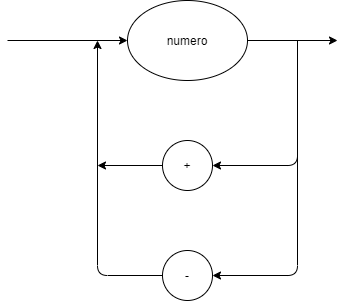
The draw.io diagram Diagrama+-.png in mikomoares/LogicaDaComputacaoRoteiros, before a commit. Source tidied: cells renumbered, new cells last; positions are measured from the earlier drawing's top-left corner, leaving out a move shared by most shapes.
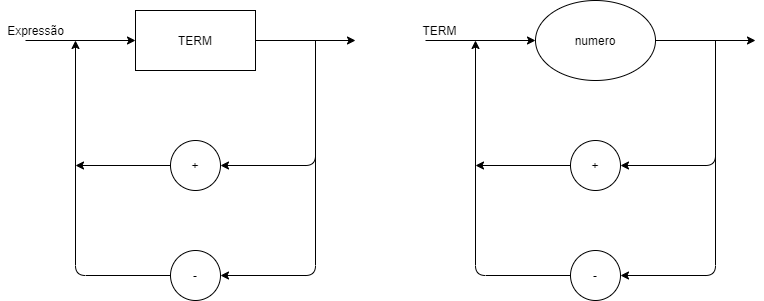
After the change.

The edit, as a diff of the source:
```diff
@@ -5,50 +5,106 @@
     <mxCell id="2" value="+" style="ellipse;whiteSpace=wrap;html=1;" parent="1" vertex="1">
       <mxGeometry x="155" y="140" width="50" height="50" as="geometry" />
     </mxCell>
-    <mxCell id="3" value="numero" style="ellipse;whiteSpace=wrap;html=1;" parent="1" vertex="1">
-      <mxGeometry x="120" width="120" height="80" as="geometry" />
-    </mxCell>
     <mxCell id="4" value="-" style="ellipse;whiteSpace=wrap;html=1;" parent="1" vertex="1">
       <mxGeometry x="155" y="250" width="50" height="50" as="geometry" />
     </mxCell>
     <mxCell id="5" style="endArrow=classic;html=1;exitX=0;exitY=0.5;exitDx=0;exitDy=0;" parent="1" edge="1" source="4">
       <mxGeometry relative="1" as="geometry">
-        <mxPoint x="90" y="40" as="targetPoint" />
+        <mxPoint x="60" y="40" as="targetPoint" />
         <Array as="points">
-          <mxPoint x="90" y="275" />
+          <mxPoint x="60" y="275" />
         </Array>
       </mxGeometry>
     </mxCell>
     <mxCell id="6" style="endArrow=classic;html=1;exitX=0;exitY=0.5;exitDx=0;exitDy=0;" parent="1" edge="1" source="2">
       <mxGeometry relative="1" as="geometry">
-        <mxPoint x="90" y="165" as="targetPoint" />
+        <mxPoint x="60" y="165" as="targetPoint" />
       </mxGeometry>
     </mxCell>
     <mxCell id="7" style="endArrow=classic;html=1;entryX=1;entryY=0.5;entryDx=0;entryDy=0;" parent="1" edge="1" target="4">
       <mxGeometry relative="1" as="geometry">
-        <mxPoint x="290" y="40" as="sourcePoint" />
+        <mxPoint x="300" y="40" as="sourcePoint" />
         <Array as="points">
-          <mxPoint x="290" y="275" />
+          <mxPoint x="300" y="275" />
         </Array>
       </mxGeometry>
     </mxCell>
     <mxCell id="8" style="endArrow=classic;html=1;entryX=1;entryY=0.5;entryDx=0;entryDy=0;" parent="1" edge="1" target="2">
       <mxGeometry relative="1" as="geometry">
-        <mxPoint x="290" y="40" as="sourcePoint" />
+        <mxPoint x="300" y="40" as="sourcePoint" />
         <Array as="points">
-          <mxPoint x="290" y="165" />
+          <mxPoint x="300" y="165" />
         </Array>
       </mxGeometry>
     </mxCell>
-    <mxCell id="9" style="endArrow=classic;html=1;exitX=1;exitY=0.5;exitDx=0;exitDy=0;" parent="1" edge="1" source="3">
+    <mxCell id="9" style="endArrow=classic;html=1;exitX=1;exitY=0.5;exitDx=0;exitDy=0;" parent="1" edge="1">
       <mxGeometry relative="1" as="geometry">
-        <mxPoint x="330" y="40" as="targetPoint" />
+        <mxPoint x="240" y="40" as="sourcePoint" />
+        <mxPoint x="340" y="40" as="targetPoint" />
       </mxGeometry>
     </mxCell>
-    <mxCell id="10" style="endArrow=classic;html=1;entryX=0;entryY=0.5;entryDx=0;entryDy=0;" parent="1" edge="1" target="3">
+    <mxCell id="10" style="endArrow=classic;html=1;entryX=0;entryY=0.5;entryDx=0;entryDy=0;" parent="1" edge="1">
       <mxGeometry relative="1" as="geometry">
-        <mxPoint y="40" as="sourcePoint" />
+        <mxPoint x="10" y="40" as="sourcePoint" />
+        <mxPoint x="120" y="40" as="targetPoint" />
       </mxGeometry>
     </mxCell>
+    <mxCell id="11" value="+" style="ellipse;whiteSpace=wrap;html=1;" parent="1" vertex="1">
+      <mxGeometry x="555" y="140" width="50" height="50" as="geometry" />
+    </mxCell>
+    <mxCell id="3" value="numero" style="ellipse;whiteSpace=wrap;html=1;" parent="1" vertex="1">
+      <mxGeometry x="520" width="120" height="80" as="geometry" />
+    </mxCell>
+    <mxCell id="12" value="-" style="ellipse;whiteSpace=wrap;html=1;" parent="1" vertex="1">
+      <mxGeometry x="555" y="250" width="50" height="50" as="geometry" />
+    </mxCell>
+    <mxCell id="13" style="endArrow=classic;html=1;exitX=0;exitY=0.5;exitDx=0;exitDy=0;" parent="1" edge="1" source="12">
+      <mxGeometry relative="1" as="geometry">
+        <mxPoint x="460" y="40" as="targetPoint" />
+        <Array as="points">
+          <mxPoint x="460" y="275" />
+        </Array>
+      </mxGeometry>
+    </mxCell>
+    <mxCell id="14" style="endArrow=classic;html=1;exitX=0;exitY=0.5;exitDx=0;exitDy=0;" parent="1" edge="1" source="11">
+      <mxGeometry relative="1" as="geometry">
+        <mxPoint x="460" y="165" as="targetPoint" />
+      </mxGeometry>
+    </mxCell>
+    <mxCell id="15" style="endArrow=classic;html=1;entryX=1;entryY=0.5;entryDx=0;entryDy=0;" parent="1" edge="1" target="12">
+      <mxGeometry relative="1" as="geometry">
+        <mxPoint x="700" y="40" as="sourcePoint" />
+        <Array as="points">
+          <mxPoint x="700" y="275" />
+        </Array>
+      </mxGeometry>
+    </mxCell>
+    <mxCell id="16" style="endArrow=classic;html=1;entryX=1;entryY=0.5;entryDx=0;entryDy=0;" parent="1" edge="1" target="11">
+      <mxGeometry relative="1" as="geometry">
+        <mxPoint x="700" y="40" as="sourcePoint" />
+        <Array as="points">
+          <mxPoint x="700" y="165" />
+        </Array>
+      </mxGeometry>
+    </mxCell>
+    <mxCell id="17" style="endArrow=classic;html=1;exitX=1;exitY=0.5;exitDx=0;exitDy=0;" parent="1" edge="1" source="3">
+      <mxGeometry relative="1" as="geometry">
+        <mxPoint x="740" y="40" as="targetPoint" />
+      </mxGeometry>
+    </mxCell>
+    <mxCell id="18" style="endArrow=classic;html=1;entryX=0;entryY=0.5;entryDx=0;entryDy=0;" parent="1" edge="1" target="3">
+      <mxGeometry relative="1" as="geometry">
+        <mxPoint x="410" y="40" as="sourcePoint" />
+      </mxGeometry>
+    </mxCell>
+    <mxCell id="19" value="TERM" style="rounded=0;whiteSpace=wrap;html=1;" parent="1" vertex="1">
+      <mxGeometry x="120" y="10" width="120" height="60" as="geometry" />
+    </mxCell>
+    <mxCell id="20" value="TERM" style="text;html=1;align=center;verticalAlign=middle;" parent="1" vertex="1">
+      <mxGeometry x="399" y="20" width="50" height="20" as="geometry" />
+    </mxCell>
+    <mxCell id="21" value="Expressão" style="text;html=1;align=center;verticalAlign=middle;" parent="1" vertex="1">
+      <mxGeometry x="-15" y="20" width="70" height="20" as="geometry" />
+    </mxCell>
   </root>
 </mxGraphModel>
```
